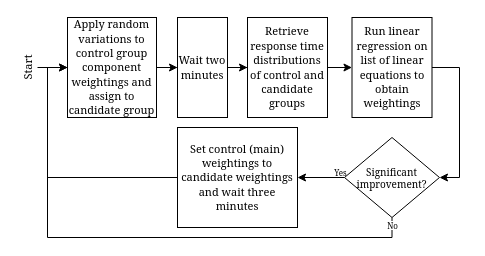
The draw.io diagram online_training_loop.drawio in kcz17/diagrams, before the edit. Source tidied: cells renumbered, new cells numbered last; positions are measured from the earlier drawing's top-left corner, leaving out a move shared by most shapes. Both pictures are drawn from the tidied source at 100%, with x=0, y=0 at pixel (7, 17).
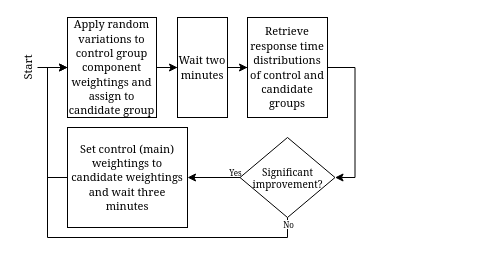
Above is the later version.

The change refers to these unchanged cells:
```xml
<mxCell id="4" value="&lt;font face=&quot;Georgia&quot;&gt;&lt;span style=&quot;font-size: 11px&quot;&gt;Apply random variations to control group component weightings and assign to candidate group&lt;/span&gt;&lt;/font&gt;" style="rounded=0;whiteSpace=wrap;html=1;" parent="1" vertex="1">
  <mxGeometry x="60" width="89" height="100" as="geometry" />
</mxCell>
<mxCell id="8" value="&lt;font face=&quot;Georgia&quot;&gt;&lt;span style=&quot;font-size: 11px&quot;&gt;Retrieve response time distributions of control and candidate groups&lt;/span&gt;&lt;/font&gt;" style="rounded=0;whiteSpace=wrap;html=1;" parent="1" vertex="1">
  <mxGeometry x="240" width="80" height="100" as="geometry" />
</mxCell>
```

The edit, as a diff of the source:
```diff
@@
-    <mxCell id="7" style="edgeStyle=orthogonalEdgeStyle;rounded=0;jettySize=auto;html=1;entryX=0;entryY=0.5;entryDx=0;entryDy=0;fontFamily=Georgia;startArrow=none;startFill=0;endArrow=classic;endFill=1;" parent="1" edge="1" source="8" target="10">
-      <mxGeometry relative="1" as="geometry" />
-    </mxCell>
@@
-    <mxCell id="9" style="edgeStyle=orthogonalEdgeStyle;rounded=0;jettySize=auto;html=1;entryX=1;entryY=0.5;entryDx=0;entryDy=0;fontFamily=Georgia;fontSize=11;startArrow=none;startFill=0;endArrow=classic;endFill=1;exitX=1;exitY=0.5;exitDx=0;exitDy=0;" parent="1" edge="1" source="10" target="15">
+    <mxCell id="9" style="edgeStyle=orthogonalEdgeStyle;rounded=0;jettySize=auto;html=1;entryX=1;entryY=0.5;entryDx=0;entryDy=0;fontFamily=Georgia;fontSize=11;startArrow=none;startFill=0;endArrow=classic;endFill=1;exitX=1;exitY=0.5;exitDx=0;exitDy=0;" parent="1" edge="1" source="8" target="15">
       <mxGeometry relative="1" as="geometry" />
     </mxCell>
-    <mxCell id="10" value="&lt;font face=&quot;Georgia&quot;&gt;&lt;span style=&quot;font-size: 11px&quot;&gt;Run linear regression on list of linear equations to obtain weightings&lt;/span&gt;&lt;/font&gt;" style="rounded=0;whiteSpace=wrap;html=1;" parent="1" vertex="1">
-      <mxGeometry x="344.5" width="80" height="100" as="geometry" />
-    </mxCell>
@@
-    <mxCell id="13" style="edgeStyle=orthogonalEdgeStyle;rounded=0;jettySize=auto;html=1;entryX=0;entryY=0.5;entryDx=0;entryDy=0;fontFamily=Georgia;fontSize=11;startArrow=none;startFill=0;endArrow=none;endFill=0;" parent="1" edge="1" source="15" target="4">
+    <mxCell id="13" style="edgeStyle=orthogonalEdgeStyle;rounded=0;jettySize=auto;html=1;entryX=0;entryY=0.5;entryDx=0;entryDy=0;fontFamily=Georgia;fontSize=11;startArrow=none;startFill=0;endArrow=none;endFill=0;exitX=0.5;exitY=1;exitDx=0;exitDy=0;" parent="1" edge="1" source="15" target="4">
       <mxGeometry relative="1" as="geometry">
         <Array as="points">
-          <mxPoint x="384" y="220" />
+          <mxPoint x="280" y="220" />
           <mxPoint x="40" y="220" />
           <mxPoint x="40" y="50" />
         </Array>
       </mxGeometry>
     </mxCell>
@@
     <mxCell id="15" value="Significant improvement?&lt;br&gt;" style="rhombus;whiteSpace=wrap;html=1;fontFamily=Georgia;fontSize=10;" parent="1" vertex="1">
-      <mxGeometry x="337" y="120" width="95" height="80" as="geometry" />
+      <mxGeometry x="232.5" y="120" width="95" height="80" as="geometry" />
     </mxCell>
@@
     <mxCell id="17" value="&lt;font face=&quot;Georgia&quot;&gt;&lt;span style=&quot;font-size: 11px&quot;&gt;Set control (main) weightings to candidate weightings and wait three minutes&lt;/span&gt;&lt;/font&gt;" style="rounded=0;whiteSpace=wrap;html=1;" parent="1" vertex="1">
-      <mxGeometry x="170" y="110" width="120" height="100" as="geometry" />
+      <mxGeometry x="60" y="110" width="120" height="100" as="geometry" />
     </mxCell>
```
